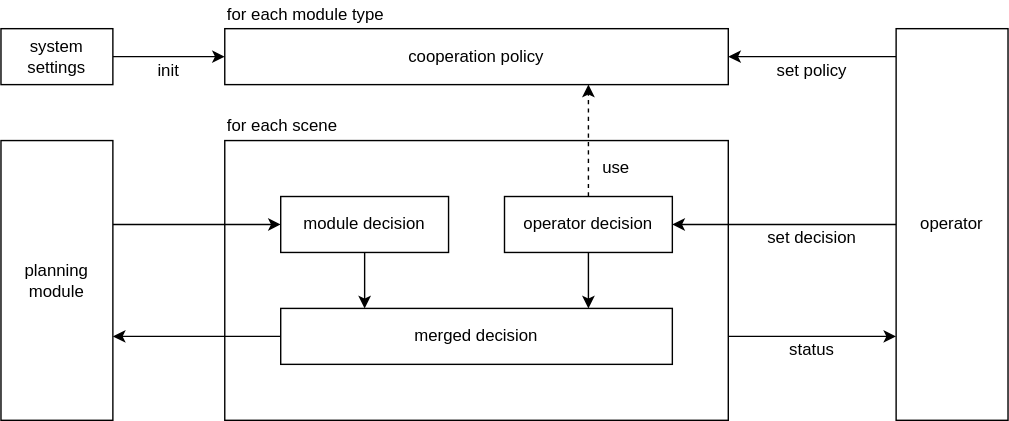
autowarefoundation/autoware-documentation keeps this draw.io diagram as docs/design/autoware-interfaces/ad-api/features/cooperation/architecture.drawio.svg. Above is the earlier version. Source tidied: cells renumbered, new cells last; positions are measured from the earlier drawing's top-left corner, leaving out a move shared by most shapes.
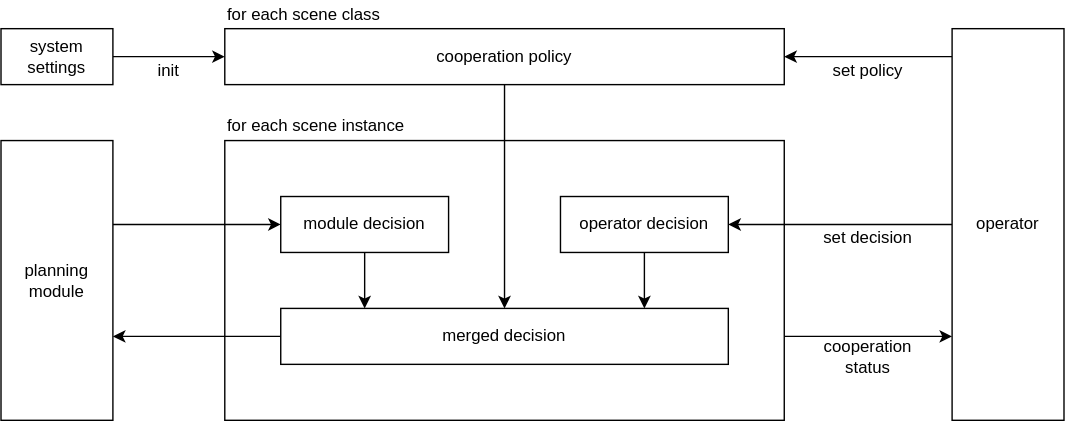
The same diagram one commit later.

What changed in the source:
```diff
@@ -5,13 +5,13 @@
     <mxCell id="2" style="edgeStyle=orthogonalEdgeStyle;rounded=0;html=1;" parent="1" edge="1" source="3" target="11">
       <mxGeometry relative="1" as="geometry">
         <Array as="points">
-          <mxPoint x="610" y="240" />
-          <mxPoint x="610" y="240" />
+          <mxPoint x="650" y="240" />
+          <mxPoint x="650" y="240" />
         </Array>
       </mxGeometry>
     </mxCell>
     <mxCell id="3" style="rounded=0;whiteSpace=wrap;html=1;verticalAlign=top;align=left;spacingLeft=5;" parent="1" vertex="1">
-      <mxGeometry x="160" y="100" width="360" height="200" as="geometry" />
+      <mxGeometry x="160" y="100" width="400" height="200" as="geometry" />
     </mxCell>
     <mxCell id="4" style="edgeStyle=orthogonalEdgeStyle;rounded=0;html=1;" parent="1" edge="1" source="5" target="17">
       <mxGeometry relative="1" as="geometry">
@@ -33,16 +33,19 @@
       </mxGeometry>
     </mxCell>
     <mxCell id="7" value="merged decision" style="rounded=0;whiteSpace=wrap;html=1;" parent="1" vertex="1">
-      <mxGeometry x="200" y="220" width="280" height="40" as="geometry" />
+      <mxGeometry x="200" y="220" width="320" height="40" as="geometry" />
     </mxCell>
+    <mxCell id="26" style="edgeStyle=none;html=1;" parent="1" edge="1" source="8" target="7">
+      <mxGeometry relative="1" as="geometry" />
+    </mxCell>
     <mxCell id="8" value="cooperation policy&lt;span style=&quot;text-align: left;&quot;&gt;&lt;br&gt;&lt;/span&gt;" style="rounded=0;whiteSpace=wrap;html=1;" parent="1" vertex="1">
-      <mxGeometry x="160" y="20" width="360" height="40" as="geometry" />
+      <mxGeometry x="160" y="20" width="400" height="40" as="geometry" />
     </mxCell>
     <mxCell id="9" style="edgeStyle=orthogonalEdgeStyle;rounded=0;html=1;" parent="1" edge="1" source="11" target="8">
       <mxGeometry relative="1" as="geometry">
         <Array as="points">
-          <mxPoint x="560" y="40" />
-          <mxPoint x="560" y="40" />
+          <mxPoint x="660" y="40" />
+          <mxPoint x="660" y="40" />
         </Array>
       </mxGeometry>
     </mxCell>
@@ -55,29 +58,21 @@
       </mxGeometry>
     </mxCell>
     <mxCell id="11" value="operator" style="rounded=0;whiteSpace=wrap;html=1;" parent="1" vertex="1">
-      <mxGeometry x="640" y="20" width="80" height="280" as="geometry" />
+      <mxGeometry x="680" y="20" width="80" height="280" as="geometry" />
     </mxCell>
-    <mxCell id="12" value="status" style="text;html=1;strokeColor=none;fillColor=none;align=center;verticalAlign=middle;whiteSpace=wrap;rounded=0;" parent="1" vertex="1">
-      <mxGeometry x="530" y="240" width="100" height="20" as="geometry" />
+    <mxCell id="12" value="cooperation status" style="text;html=1;strokeColor=none;fillColor=none;align=center;verticalAlign=middle;whiteSpace=wrap;rounded=0;" parent="1" vertex="1">
+      <mxGeometry x="570" y="240" width="100" height="30" as="geometry" />
     </mxCell>
     <mxCell id="13" style="edgeStyle=orthogonalEdgeStyle;rounded=0;html=1;" parent="1" edge="1" source="15" target="7">
       <mxGeometry relative="1" as="geometry">
         <Array as="points">
-          <mxPoint x="420" y="210" />
-          <mxPoint x="420" y="210" />
+          <mxPoint x="460" y="200" />
+          <mxPoint x="460" y="200" />
         </Array>
       </mxGeometry>
     </mxCell>
-    <mxCell id="14" style="edgeStyle=orthogonalEdgeStyle;rounded=0;html=1;dashed=1;" parent="1" edge="1" source="15" target="8">
-      <mxGeometry relative="1" as="geometry">
-        <Array as="points">
-          <mxPoint x="420" y="80" />
-          <mxPoint x="420" y="80" />
-        </Array>
-      </mxGeometry>
-    </mxCell>
     <mxCell id="15" value="operator decision" style="rounded=0;whiteSpace=wrap;html=1;" parent="1" vertex="1">
-      <mxGeometry x="360" y="140" width="120" height="40" as="geometry" />
+      <mxGeometry x="400" y="140" width="120" height="40" as="geometry" />
     </mxCell>
     <mxCell id="16" style="edgeStyle=orthogonalEdgeStyle;rounded=0;html=1;" parent="1" edge="1" source="17" target="7">
       <mxGeometry relative="1" as="geometry">
@@ -90,9 +85,6 @@
     <mxCell id="17" value="module decision" style="rounded=0;whiteSpace=wrap;html=1;" parent="1" vertex="1">
       <mxGeometry x="200" y="140" width="120" height="40" as="geometry" />
     </mxCell>
-    <mxCell id="18" value="use" style="text;html=1;strokeColor=none;fillColor=none;align=center;verticalAlign=middle;whiteSpace=wrap;rounded=0;" parent="1" vertex="1">
-      <mxGeometry x="420" y="110" width="40" height="20" as="geometry" />
-    </mxCell>
     <mxCell id="19" style="edgeStyle=none;html=1;" parent="1" edge="1" source="20" target="8">
       <mxGeometry relative="1" as="geometry" />
     </mxCell>
@@ -103,15 +95,15 @@
       <mxGeometry x="100" y="40" width="40" height="20" as="geometry" />
     </mxCell>
     <mxCell id="22" value="set decision" style="text;html=1;strokeColor=none;fillColor=none;align=center;verticalAlign=middle;whiteSpace=wrap;rounded=0;" parent="1" vertex="1">
-      <mxGeometry x="530" y="160" width="100" height="20" as="geometry" />
+      <mxGeometry x="570" y="160" width="100" height="20" as="geometry" />
     </mxCell>
     <mxCell id="23" value="set policy" style="text;html=1;strokeColor=none;fillColor=none;align=center;verticalAlign=middle;whiteSpace=wrap;rounded=0;" parent="1" vertex="1">
-      <mxGeometry x="530" y="40" width="100" height="20" as="geometry" />
+      <mxGeometry x="570" y="40" width="100" height="20" as="geometry" />
     </mxCell>
-    <mxCell id="24" value="for each module type" style="text;html=1;strokeColor=none;fillColor=none;align=left;verticalAlign=middle;whiteSpace=wrap;rounded=0;" parent="1" vertex="1">
+    <mxCell id="24" value="for each scene class" style="text;html=1;strokeColor=none;fillColor=none;align=left;verticalAlign=middle;whiteSpace=wrap;rounded=0;" parent="1" vertex="1">
       <mxGeometry x="160" width="160" height="20" as="geometry" />
     </mxCell>
-    <mxCell id="25" value="for each scene" style="text;html=1;strokeColor=none;fillColor=none;align=left;verticalAlign=middle;whiteSpace=wrap;rounded=0;" parent="1" vertex="1">
+    <mxCell id="25" value="for each scene instance" style="text;html=1;strokeColor=none;fillColor=none;align=left;verticalAlign=middle;whiteSpace=wrap;rounded=0;" parent="1" vertex="1">
       <mxGeometry x="160" y="80" width="160" height="20" as="geometry" />
     </mxCell>
   </root>
```
